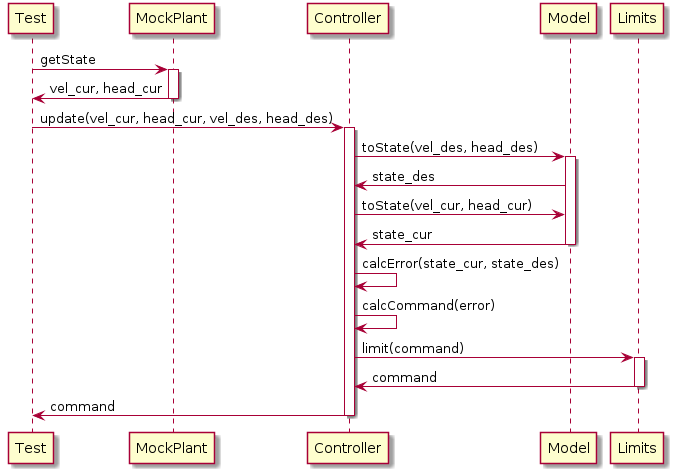
The PlantUML diagram docs/uml/activity_diagram.png in danielmohansahu/ackermann-controller, before a commit.
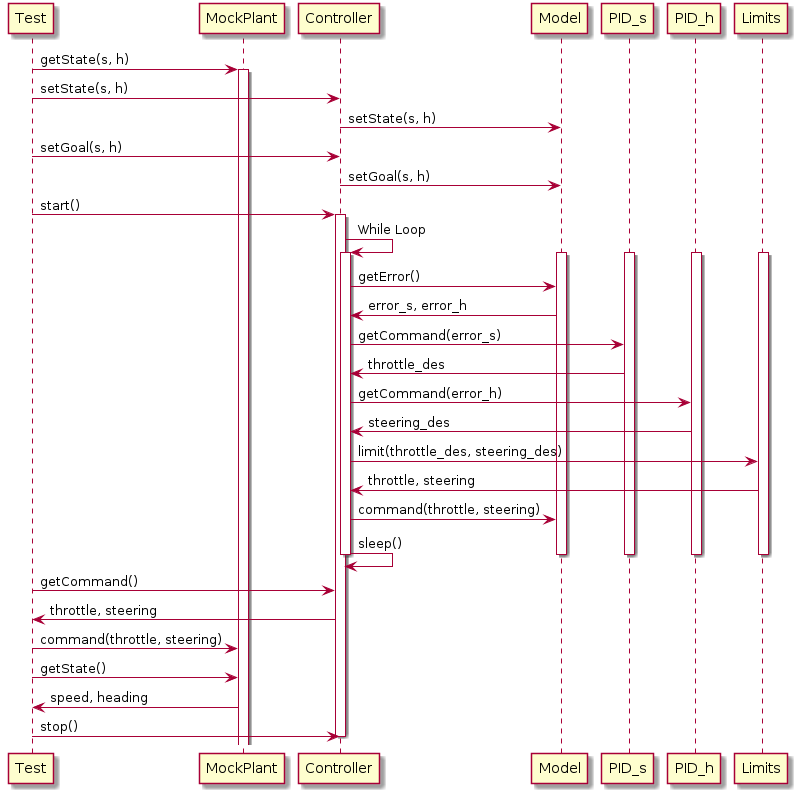
The same file after the commit.

Commit message:
[Task2.3] Updated activity with new design.

[docs/uml/activity_diagram.txt] Text file used by plantuml to generate image

[docs/uml/activity_diagram.png] Generated diagram.

What changed in the source:
```diff
@@ -2,35 +2,52 @@
 
 participant Test
 
-Test -> MockPlant: getState
+Test -> MockPlant: getState(s, h)
 activate MockPlant
 
-MockPlant -> Test: vel_cur, head_cur
-deactivate MockPlant
+Test -> Controller: setState(s, h)
+Controller -> Model: setState(s, h)
 
-Test -> Controller: update(vel_cur, head_cur, vel_des, head_des)
+Test -> Controller: setGoal(s, h)
+Controller -> Model: setGoal(s, h)
+
+Test -> Controller: start()
 activate Controller
-
-Controller -> Model: toState(vel_des, head_des)
+Controller -> Controller: While Loop
+activate Controller
 activate Model
-
-Model -> Controller: state_des
-
-Controller -> Model: toState(vel_cur, head_cur)
-Model -> Controller: state_cur
-deactivate Model
-
-Controller -> Controller: calcError(state_cur, state_des)
-Controller -> Controller: calcCommand(error)
-
-Controller -> Limits: limit(command)
+activate PID_s
+activate PID_h
 activate Limits
 
-Limits -> Controller: command
+Controller -> Model: getError()
+Model -> Controller: error_s, error_h
+
+Controller -> PID_s: getCommand(error_s)
+PID_s -> Controller: throttle_des
+
+Controller -> PID_h: getCommand(error_h)
+PID_h -> Controller: steering_des
+
+Controller -> Limits: limit(throttle_des, steering_des)
+Limits -> Controller: throttle, steering
+
+Controller -> Model: command(throttle, steering)
+Controller -> Controller: sleep()
+
+deactivate Controller
+deactivate Model
+deactivate PID_s
+deactivate PID_h
 deactivate Limits
 
-Controller -> Test: command
+Test -> Controller: getCommand()
+Controller -> Test: throttle, steering
+Test -> MockPlant: command(throttle, steering)
+Test -> MockPlant: getState()
+MockPlant -> Test: speed, heading
+
+Test -> Controller: stop()
 deactivate Controller
 
-
 @enduml
```
